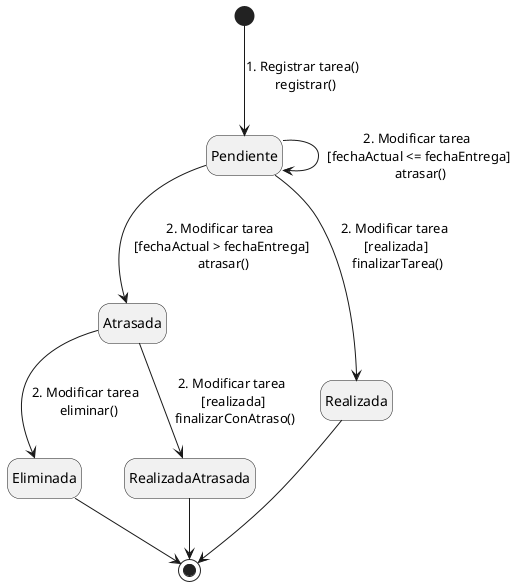
Above: Modelado/DiagramasME/MáquinaDeEstadosTarea.png in AlexMassietti/Task_Flow (PlantUML), before the change.
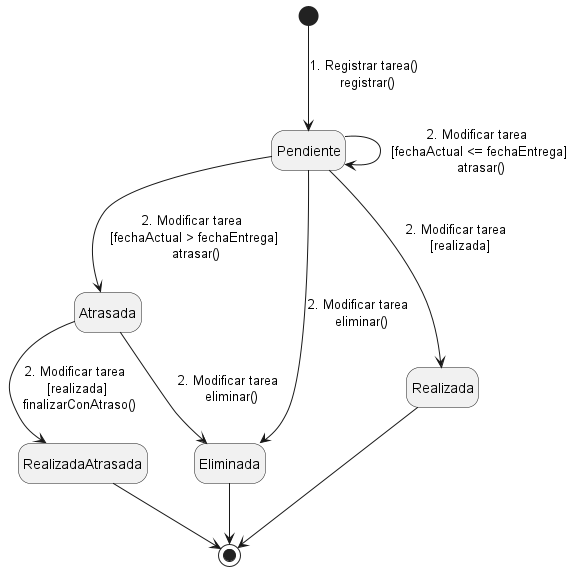
After the change.

Commit message:
Update state machine diagram for task management

Added transition from 'Pendiente' to 'Eliminada' for task deletion and removed 'finalizarTarea()' from the transition to 'Realizada'. Updated the corresponding PNG diagram to reflect these changes.

Diff of the diagram source:
```diff
@@ -3,7 +3,8 @@
 [*] --> Pendiente : 1. Registrar tarea() \n registrar()
 Pendiente --> Pendiente : 2. Modificar tarea \n [fechaActual <= fechaEntrega] \n atrasar()
 Pendiente --> Atrasada : 2. Modificar tarea \n [fechaActual > fechaEntrega] \n atrasar()
-Pendiente --> Realizada : 2. Modificar tarea \n [realizada] \n finalizarTarea()
+Pendiente --> Realizada : 2. Modificar tarea \n [realizada]
+Pendiente --> Eliminada : 2. Modificar tarea \n eliminar()
 Atrasada --> Eliminada : 2. Modificar tarea \n eliminar()
 Atrasada --> RealizadaAtrasada : 2. Modificar tarea \n [realizada] \n finalizarConAtraso()
 Eliminada --> [*]
```
